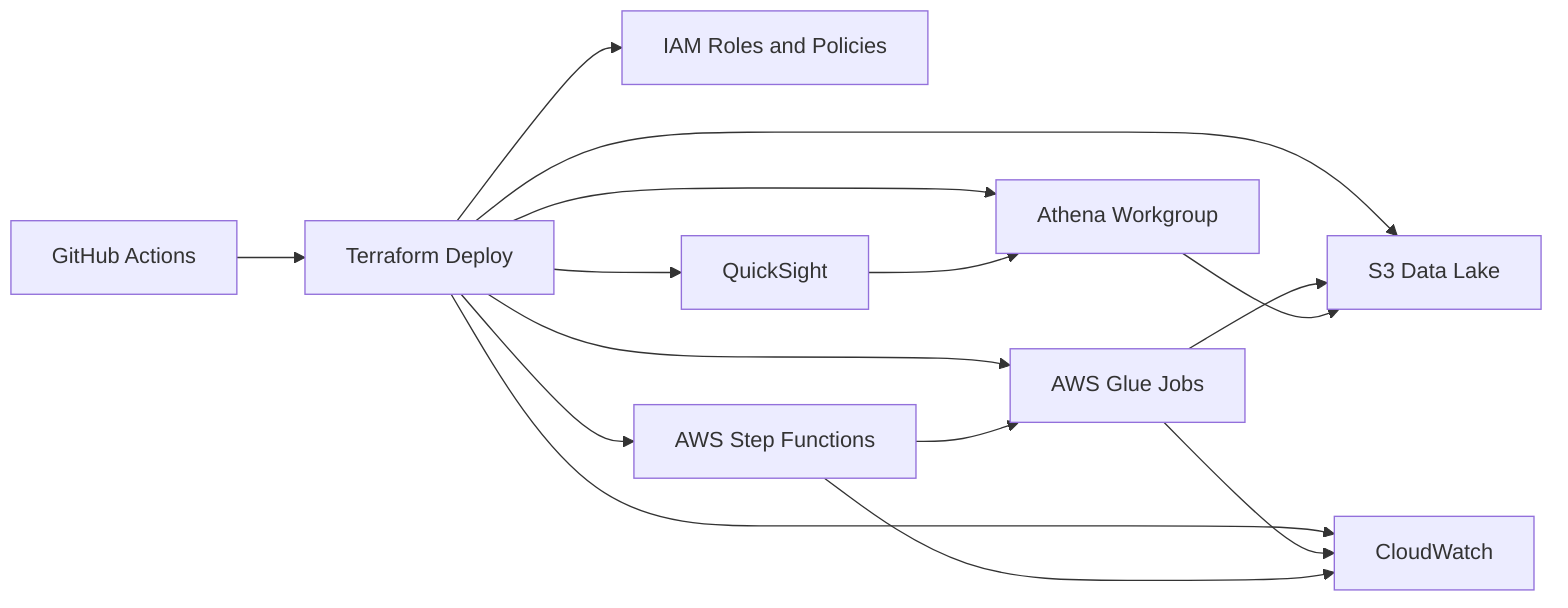
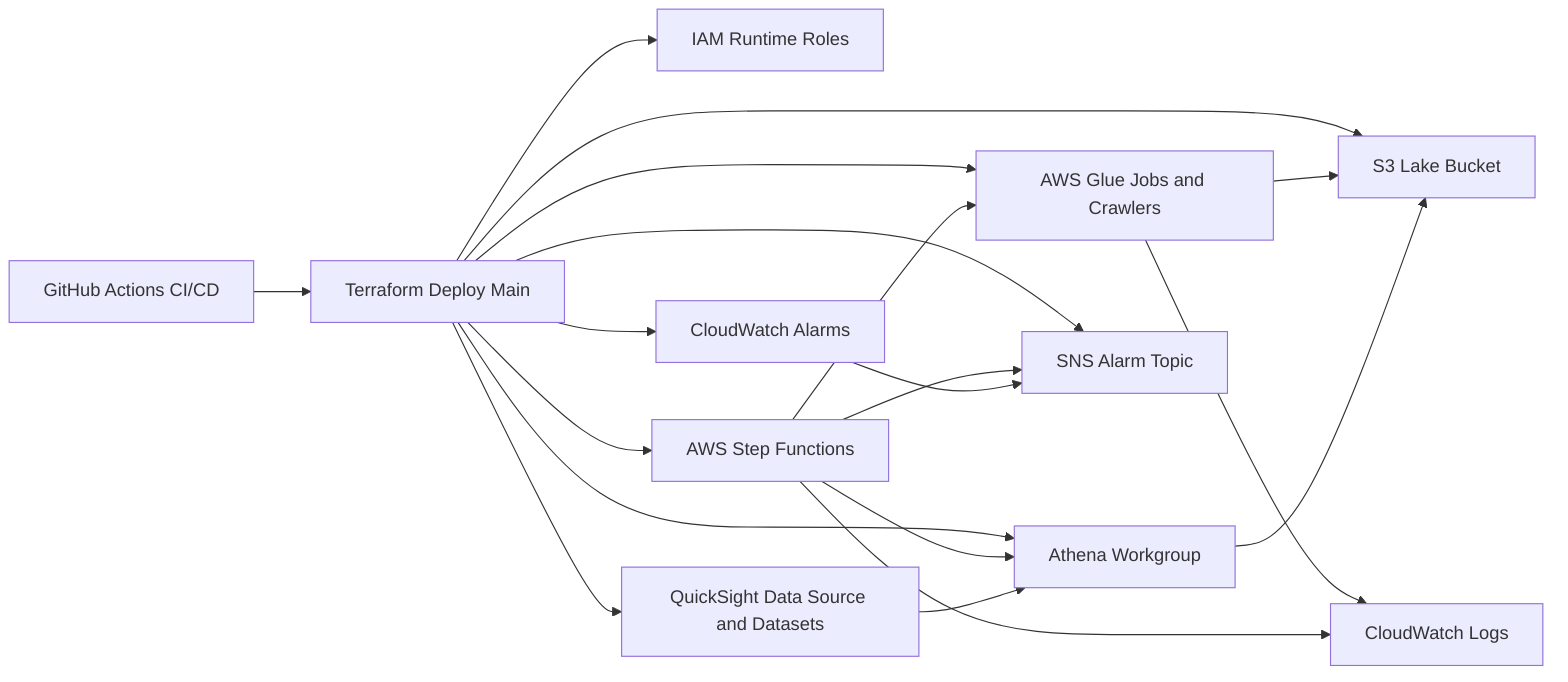
flowchart LR
-     GH[GitHub Actions] --> TF[Terraform Deploy]
-     TF --> IAM[IAM Roles and Policies]
-     TF --> S3[S3 Data Lake]
-     TF --> GLUE[AWS Glue Jobs]
+     GH[GitHub Actions CI/CD] --> TF[Terraform Deploy Main]
+     TF --> IAM[IAM Runtime Roles]
+     TF --> S3[S3 Lake Bucket]
+     TF --> GLUE[AWS Glue Jobs and Crawlers]
    TF --> SFN[AWS Step Functions]
    TF --> ATH[Athena Workgroup]
-     TF --> CW[CloudWatch]
-     TF --> QS[QuickSight]
+     TF --> MON[CloudWatch Alarms]
+     TF --> QS[QuickSight Data Source and Datasets]
+     TF --> SNS[SNS Alarm Topic]
+ 
+     SFN --> GLUE
+     SFN --> ATH
+     SFN --> SNS

    GLUE --> S3
-     SFN --> GLUE
    ATH --> S3
    QS --> ATH

-     GLUE --> CW
-     SFN --> CW
+     GLUE --> CWL[CloudWatch Logs]
+     SFN --> CWL
+     MON --> SNS
